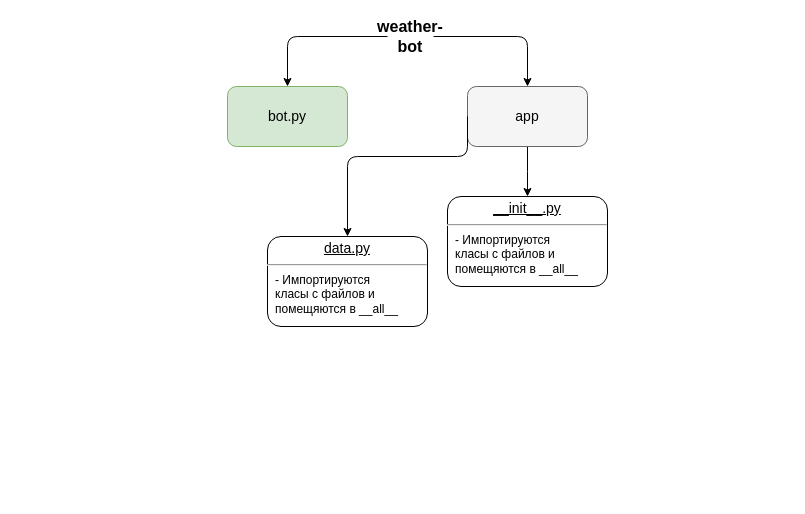
Above: Untitled Diagram.drawio in batiscuff/weather-bot (draw.io), before the change. Source tidied: cells renumbered, new cells numbered last; positions are measured from the earlier drawing's top-left corner, leaving out a move shared by most shapes. Both pictures are drawn from the tidied source at 100%, with x=0, y=0 at pixel (227, 26).
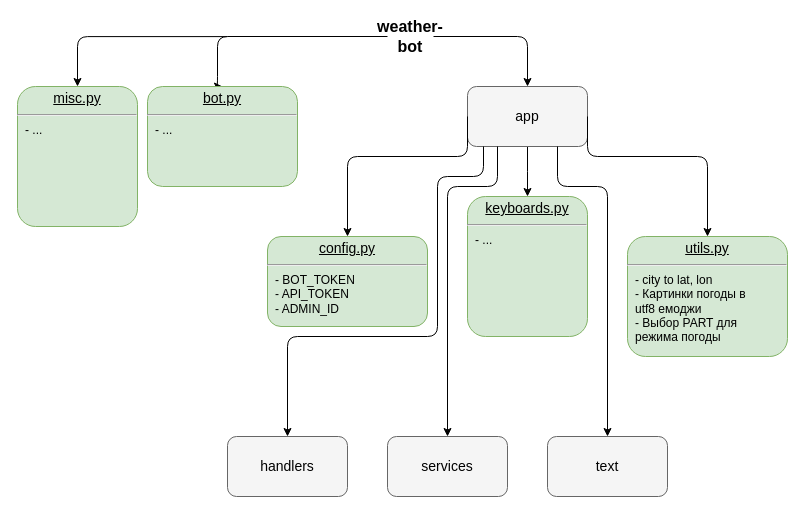
Above is the later version.

Unchanged cells that the change refers to:
```xml
<mxCell id="2" value="weather-bot" style="text;html=1;strokeColor=none;fillColor=none;align=center;verticalAlign=middle;whiteSpace=wrap;rounded=0;fontSize=16;fontStyle=1;" parent="1" vertex="1">
  <mxGeometry x="160" width="46" height="20" as="geometry" />
</mxCell>
<mxCell id="6" style="rounded=1;whiteSpace=wrap;html=1;fontSize=16;fillColor=#f5f5f5;strokeColor=#666666;fontColor=#333333;" parent="1" vertex="1">
  <mxGeometry x="240" y="60" width="120" height="60" as="geometry" />
</mxCell>
```

Change to the diagram source:
```diff
@@
-    <mxCell id="3" style="rounded=1;whiteSpace=wrap;html=1;fontSize=16;glass=0;shadow=0;fillColor=#d5e8d4;strokeColor=#82b366;" parent="1" vertex="1">
-      <mxGeometry y="60" width="120" height="60" as="geometry" />
-    </mxCell>
-    <mxCell id="4" value="bot.py" style="text;html=1;strokeColor=none;fillColor=none;align=center;verticalAlign=middle;whiteSpace=wrap;rounded=0;fontSize=14;" parent="1" vertex="1">
-      <mxGeometry x="40" y="80" width="40" height="20" as="geometry" />
-    </mxCell>
@@
-    <mxCell id="8" value="&lt;p style=&quot;margin: 4px 0px 0px ; text-align: center ; text-decoration: underline ; font-size: 14px&quot;&gt;&lt;font style=&quot;font-size: 14px&quot;&gt;__init__.py&lt;br&gt;&lt;/font&gt;&lt;/p&gt;&lt;hr style=&quot;font-size: 14px&quot;&gt;&lt;p style=&quot;margin: 0px 0px 0px 8px&quot;&gt;&lt;font style=&quot;font-size: 12px&quot;&gt;- Импортируются &lt;br&gt;класы с файлов и&lt;br&gt;помещяются в __all__&lt;br&gt;&lt;/font&gt;&lt;/p&gt;" style="verticalAlign=top;align=left;overflow=fill;fontSize=12;fontFamily=Helvetica;html=1;rounded=1;shadow=0;glass=0;strokeColor=#000000;gradientColor=none;" parent="1" vertex="1">
-      <mxGeometry x="220" y="170" width="160" height="90" as="geometry" />
-    </mxCell>
-    <mxCell id="9" value="&lt;p style=&quot;margin: 4px 0px 0px ; text-align: center ; text-decoration: underline ; font-size: 14px&quot;&gt;&lt;font style=&quot;font-size: 14px&quot;&gt;data.py&lt;br&gt;&lt;/font&gt;&lt;/p&gt;&lt;hr style=&quot;font-size: 14px&quot;&gt;&lt;p style=&quot;margin: 0px 0px 0px 8px&quot;&gt;&lt;font style=&quot;font-size: 12px&quot;&gt;- Импортируются &lt;br&gt;класы с файлов и&lt;br&gt;помещяются в __all__&lt;br&gt;&lt;/font&gt;&lt;/p&gt;" style="verticalAlign=top;align=left;overflow=fill;fontSize=12;fontFamily=Helvetica;html=1;rounded=1;shadow=0;glass=0;strokeColor=#000000;gradientColor=none;" parent="1" vertex="1">
+    <mxCell id="9" value="&lt;p style=&quot;margin: 4px 0px 0px ; text-align: center ; text-decoration: underline ; font-size: 14px&quot;&gt;&lt;font style=&quot;font-size: 14px&quot;&gt;config.py&lt;br&gt;&lt;/font&gt;&lt;/p&gt;&lt;hr style=&quot;font-size: 14px&quot;&gt;&lt;p style=&quot;margin: 0px 0px 0px 8px&quot;&gt;&lt;font style=&quot;font-size: 12px&quot;&gt;- BOT_TOKEN&lt;br&gt;- API_TOKEN&lt;/font&gt;&lt;/p&gt;&lt;p style=&quot;margin: 0px 0px 0px 8px&quot;&gt;&lt;font style=&quot;font-size: 12px&quot;&gt;- ADMIN_ID&lt;br&gt;&lt;/font&gt;&lt;/p&gt;" style="verticalAlign=top;align=left;overflow=fill;fontSize=12;fontFamily=Helvetica;html=1;rounded=1;shadow=0;glass=0;strokeColor=#82b366;fillColor=#d5e8d4;" parent="1" vertex="1">
       <mxGeometry x="40" y="210" width="160" height="90" as="geometry" />
     </mxCell>
@@
-    <mxCell id="12" style="edgeStyle=segmentEdgeStyle;endArrow=classic;html=1;fontSize=14;entryX=0.5;entryY=0;entryDx=0;entryDy=0;" parent="1" edge="1" source="2" target="3">
-      <mxGeometry relative="1" as="geometry" />
+    <mxCell id="12" style="edgeStyle=segmentEdgeStyle;endArrow=classic;html=1;fontSize=14;entryX=0.5;entryY=0;entryDx=0;entryDy=0;" parent="1" edge="1" source="2" target="13">
+      <mxGeometry relative="1" as="geometry">
+        <Array as="points">
+          <mxPoint x="-10" y="10" />
+        </Array>
+      </mxGeometry>
     </mxCell>
+    <mxCell id="13" value="&lt;p style=&quot;margin: 4px 0px 0px ; text-align: center ; text-decoration: underline ; font-size: 14px&quot;&gt;&lt;font style=&quot;font-size: 14px&quot;&gt;bot.py&lt;br&gt;&lt;/font&gt;&lt;/p&gt;&lt;hr style=&quot;font-size: 14px&quot;&gt;&lt;p style=&quot;margin: 0px 0px 0px 8px&quot;&gt;&lt;font style=&quot;font-size: 12px&quot;&gt;- ...&lt;br&gt;&lt;/font&gt;&lt;/p&gt;" style="verticalAlign=top;align=left;overflow=fill;fontSize=12;fontFamily=Helvetica;html=1;rounded=1;shadow=0;glass=0;strokeColor=#82b366;fillColor=#d5e8d4;" parent="1" vertex="1">
+      <mxGeometry x="-80" y="60" width="150" height="100" as="geometry" />
+    </mxCell>
+    <mxCell id="14" value="&lt;p style=&quot;margin: 4px 0px 0px ; text-align: center ; text-decoration: underline ; font-size: 14px&quot;&gt;&lt;font style=&quot;font-size: 14px&quot;&gt;keyboards.py&lt;br&gt;&lt;/font&gt;&lt;/p&gt;&lt;hr style=&quot;font-size: 14px&quot;&gt;&lt;p style=&quot;margin: 0px 0px 0px 8px&quot;&gt;&lt;font style=&quot;font-size: 12px&quot;&gt;- ...&lt;br&gt;&lt;/font&gt;&lt;/p&gt;" style="verticalAlign=top;align=left;overflow=fill;fontSize=12;fontFamily=Helvetica;html=1;rounded=1;shadow=0;glass=0;strokeColor=#82b366;fillColor=#d5e8d4;" parent="1" vertex="1">
+      <mxGeometry x="240" y="170" width="120" height="140" as="geometry" />
+    </mxCell>
+    <mxCell id="15" value="&lt;p style=&quot;margin: 4px 0px 0px ; text-align: center ; text-decoration: underline ; font-size: 14px&quot;&gt;&lt;font style=&quot;font-size: 14px&quot;&gt;utils.py&lt;br&gt;&lt;/font&gt;&lt;/p&gt;&lt;hr style=&quot;font-size: 14px&quot;&gt;&lt;p style=&quot;margin: 0px 0px 0px 8px&quot;&gt;&lt;font style=&quot;font-size: 12px&quot;&gt;- city to lat, lon&lt;br&gt;- Картинки погоды в &lt;br&gt;utf8 емоджи&lt;br&gt;- Выбор PART для &lt;br&gt;&lt;/font&gt;&lt;/p&gt;&lt;p style=&quot;margin: 0px 0px 0px 8px&quot;&gt;&lt;font style=&quot;font-size: 12px&quot;&gt;режима погоды&lt;br&gt;&lt;br&gt;&lt;/font&gt;&lt;/p&gt;" style="verticalAlign=top;align=left;overflow=fill;fontSize=12;fontFamily=Helvetica;html=1;rounded=1;shadow=0;glass=0;strokeColor=#82b366;fillColor=#d5e8d4;" parent="1" vertex="1">
+      <mxGeometry x="400" y="210" width="160" height="120" as="geometry" />
+    </mxCell>
+    <mxCell id="16" style="edgeStyle=segmentEdgeStyle;endArrow=classic;html=1;fontSize=14;exitX=0;exitY=0.5;exitDx=0;exitDy=0;entryX=0.5;entryY=0;entryDx=0;entryDy=0;" parent="1" edge="1" target="15">
+      <mxGeometry relative="1" as="geometry">
+        <mxPoint x="360" y="90" as="sourcePoint" />
+        <Array as="points">
+          <mxPoint x="360" y="130" />
+          <mxPoint x="480" y="130" />
+        </Array>
+      </mxGeometry>
+    </mxCell>
+    <mxCell id="17" style="edgeStyle=segmentEdgeStyle;endArrow=classic;html=1;" parent="1" edge="1" source="6">
+      <mxGeometry relative="1" as="geometry">
+        <mxPoint x="220" y="410" as="targetPoint" />
+        <Array as="points">
+          <mxPoint x="270" y="160" />
+          <mxPoint x="220" y="160" />
+          <mxPoint x="220" y="410" />
+        </Array>
+      </mxGeometry>
+    </mxCell>
+    <mxCell id="18" style="edgeStyle=segmentEdgeStyle;endArrow=classic;html=1;exitX=0.75;exitY=1;exitDx=0;exitDy=0;" parent="1" edge="1" source="6">
+      <mxGeometry relative="1" as="geometry">
+        <mxPoint x="380" y="410" as="targetPoint" />
+        <Array as="points">
+          <mxPoint x="330" y="160" />
+          <mxPoint x="380" y="160" />
+          <mxPoint x="380" y="410" />
+        </Array>
+      </mxGeometry>
+    </mxCell>
+    <mxCell id="19" style="edgeStyle=segmentEdgeStyle;endArrow=classic;html=1;" parent="1" edge="1">
+      <mxGeometry relative="1" as="geometry">
+        <mxPoint x="256" y="120" as="sourcePoint" />
+        <mxPoint x="60" y="410" as="targetPoint" />
+        <Array as="points">
+          <mxPoint x="256" y="150" />
+          <mxPoint x="210" y="150" />
+          <mxPoint x="210" y="310" />
+          <mxPoint x="60" y="310" />
+        </Array>
+      </mxGeometry>
+    </mxCell>
+    <mxCell id="20" style="rounded=1;whiteSpace=wrap;html=1;fontSize=16;fillColor=#f5f5f5;strokeColor=#666666;fontColor=#333333;" parent="1" vertex="1">
+      <mxGeometry y="410" width="120" height="60" as="geometry" />
+    </mxCell>
+    <mxCell id="21" value="handlers" style="text;html=1;strokeColor=none;fillColor=none;align=center;verticalAlign=middle;whiteSpace=wrap;rounded=0;fontSize=14;" parent="1" vertex="1">
+      <mxGeometry x="40" y="430" width="40" height="20" as="geometry" />
+    </mxCell>
+    <mxCell id="22" style="rounded=1;whiteSpace=wrap;html=1;fontSize=16;fillColor=#f5f5f5;strokeColor=#666666;fontColor=#333333;" parent="1" vertex="1">
+      <mxGeometry x="160" y="410" width="120" height="60" as="geometry" />
+    </mxCell>
+    <mxCell id="23" value="services" style="text;html=1;strokeColor=none;fillColor=none;align=center;verticalAlign=middle;whiteSpace=wrap;rounded=0;fontSize=14;" parent="1" vertex="1">
+      <mxGeometry x="200" y="430" width="40" height="20" as="geometry" />
+    </mxCell>
+    <mxCell id="24" style="rounded=1;whiteSpace=wrap;html=1;fontSize=16;fillColor=#f5f5f5;strokeColor=#666666;fontColor=#333333;" parent="1" vertex="1">
+      <mxGeometry x="320" y="410" width="120" height="60" as="geometry" />
+    </mxCell>
+    <mxCell id="25" value="text" style="text;html=1;strokeColor=none;fillColor=none;align=center;verticalAlign=middle;whiteSpace=wrap;rounded=0;fontSize=14;" parent="1" vertex="1">
+      <mxGeometry x="360" y="430" width="40" height="20" as="geometry" />
+    </mxCell>
+    <mxCell id="26" style="edgeStyle=segmentEdgeStyle;endArrow=classic;html=1;fontSize=14;entryX=0.5;entryY=0;entryDx=0;entryDy=0;" parent="1" edge="1" target="27">
+      <mxGeometry relative="1" as="geometry">
+        <mxPoint y="10.1" as="sourcePoint" />
+        <Array as="points">
+          <mxPoint x="-150" y="10" />
+        </Array>
+      </mxGeometry>
+    </mxCell>
+    <mxCell id="27" value="&lt;p style=&quot;margin: 4px 0px 0px ; text-align: center ; text-decoration: underline ; font-size: 14px&quot;&gt;&lt;font style=&quot;font-size: 14px&quot;&gt;misc.py&lt;br&gt;&lt;/font&gt;&lt;/p&gt;&lt;hr style=&quot;font-size: 14px&quot;&gt;&lt;p style=&quot;margin: 0px 0px 0px 8px&quot;&gt;&lt;font style=&quot;font-size: 12px&quot;&gt;- ...&lt;br&gt;&lt;/font&gt;&lt;/p&gt;" style="verticalAlign=top;align=left;overflow=fill;fontSize=12;fontFamily=Helvetica;html=1;rounded=1;shadow=0;glass=0;strokeColor=#82b366;fillColor=#d5e8d4;" parent="1" vertex="1">
+      <mxGeometry x="-210" y="60" width="120" height="140" as="geometry" />
+    </mxCell>
```
